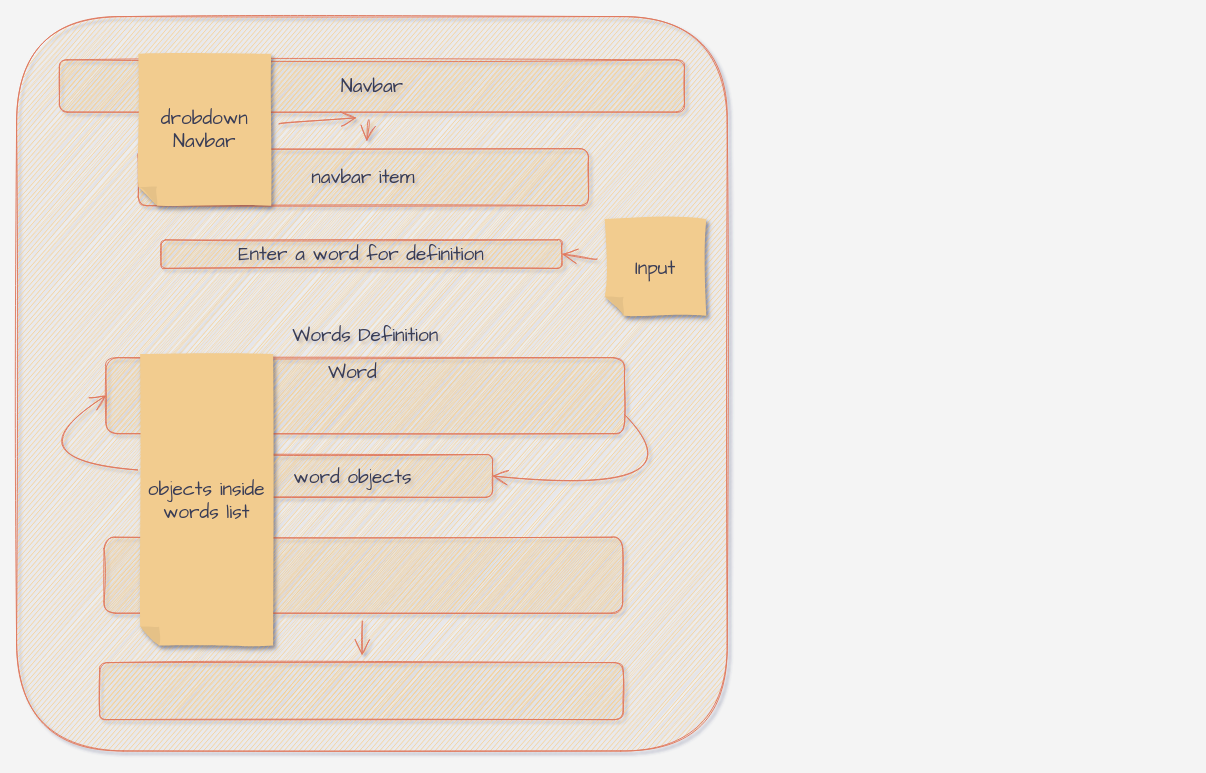
Above: public/Untitled Diagram.drawio in Mohmmad-zh/Project-2 (draw.io), before the change. Source tidied: cells renumbered, new cells numbered last; positions are measured from the earlier drawing's top-left corner, leaving out a move shared by most shapes. Both pictures are drawn from the tidied source at 95%, with x=0, y=0 at pixel (6, 16).
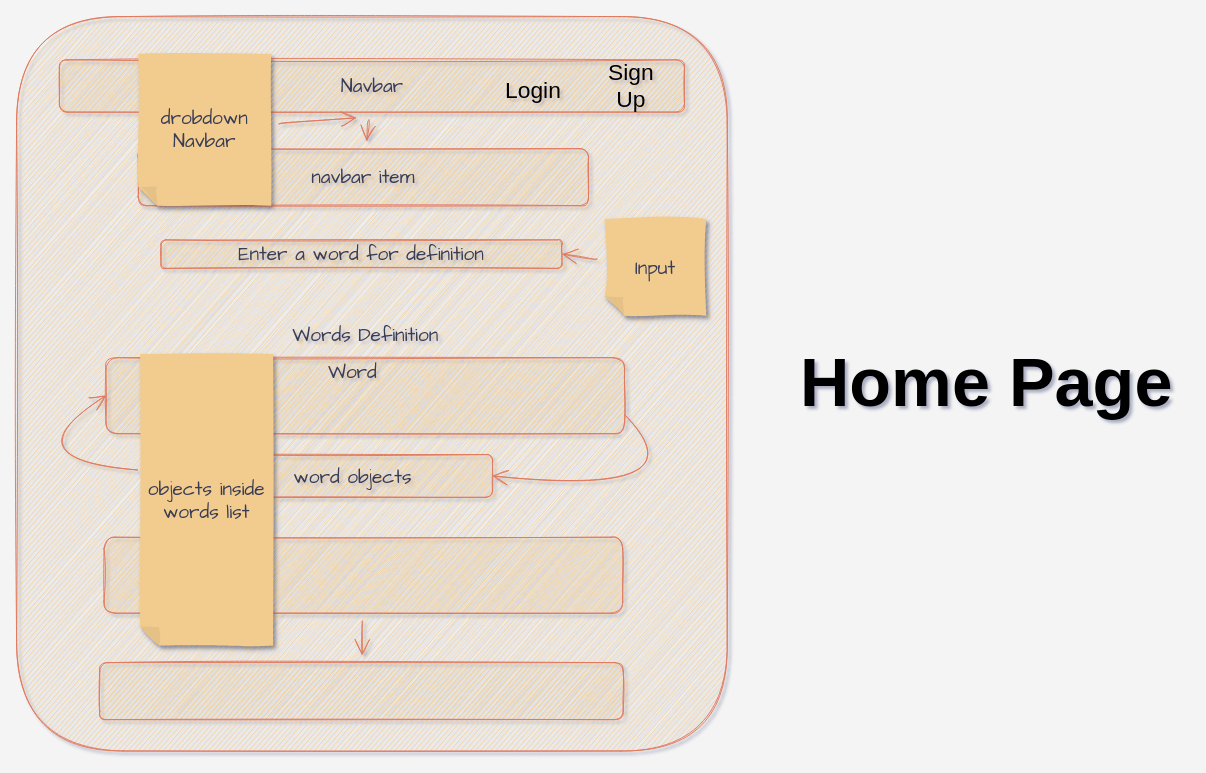
After the change.

Diff of the diagram source:
```diff
@@
+    <mxCell id="22" value="&lt;h1&gt;&lt;font style=&quot;font-size: 72px&quot;&gt;Home Page&lt;/font&gt;&lt;/h1&gt;" style="text;html=1;strokeColor=none;fillColor=none;spacing=5;spacingTop=-20;whiteSpace=wrap;overflow=hidden;rounded=0;" parent="1" vertex="1">
+      <mxGeometry x="831" y="336" width="408" height="120" as="geometry" />
+    </mxCell>
+    <mxCell id="23" value="&lt;font style=&quot;font-size: 24px&quot;&gt;Login&lt;/font&gt;" style="text;html=1;strokeColor=none;fillColor=none;align=center;verticalAlign=middle;whiteSpace=wrap;rounded=0;fontSize=36;" parent="1" vertex="1">
+      <mxGeometry x="525" y="58" width="60" height="30" as="geometry" />
+    </mxCell>
+    <mxCell id="24" value="Sign Up" style="text;html=1;strokeColor=none;fillColor=none;align=center;verticalAlign=middle;whiteSpace=wrap;rounded=0;fontSize=24;" parent="1" vertex="1">
+      <mxGeometry x="615" y="58" width="86" height="30" as="geometry" />
+    </mxCell>
```
